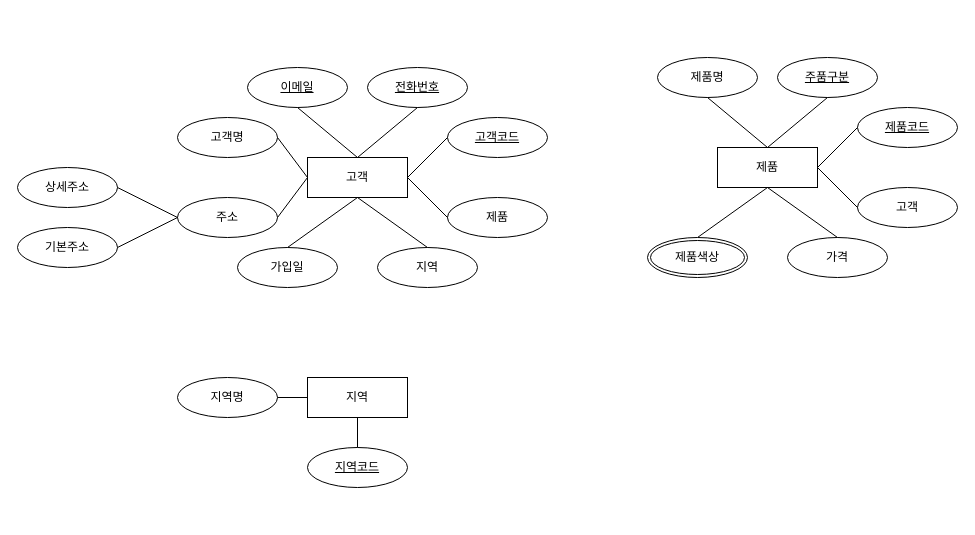
Before: product.drawio in Joowoogun/Bigdata, a draw.io diagram. Source tidied: cells renumbered, new cells numbered last; positions are measured from the earlier drawing's top-left corner, leaving out a move shared by most shapes. Both pictures are drawn from the tidied source at 100%, with x=0, y=0 at pixel (17, 57).
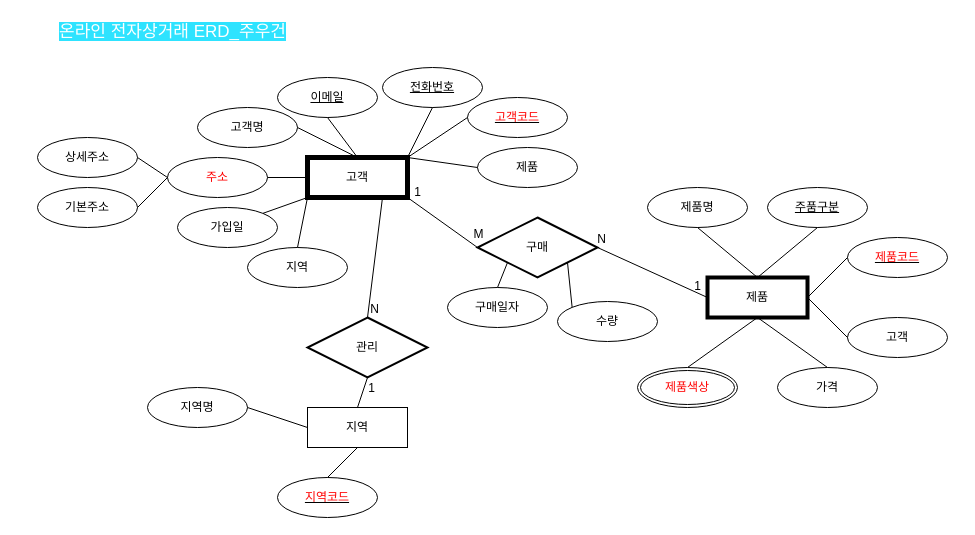
The same page after the edit.

Diff of the diagram source:
```diff
@@
-    <mxCell id="2" value="고객" style="whiteSpace=wrap;html=1;align=center;" parent="1" vertex="1">
+    <mxCell id="2" value="고객" style="whiteSpace=wrap;html=1;align=center;strokeWidth=5;" parent="1" vertex="1">
       <mxGeometry x="290" y="100" width="100" height="40" as="geometry" />
     </mxCell>
     <mxCell id="3" value="&lt;u&gt;이메일&lt;/u&gt;" style="ellipse;whiteSpace=wrap;html=1;align=center;" parent="1" vertex="1">
-      <mxGeometry x="230" y="10" width="100" height="40" as="geometry" />
+      <mxGeometry x="260" y="20" width="100" height="40" as="geometry" />
     </mxCell>
-    <mxCell id="4" value="&lt;u&gt;고객코드&lt;/u&gt;" style="ellipse;whiteSpace=wrap;html=1;align=center;" parent="1" vertex="1">
-      <mxGeometry x="430" y="60" width="100" height="40" as="geometry" />
+    <mxCell id="4" value="&lt;u&gt;&lt;font color=&quot;#ff0000&quot;&gt;고객코드&lt;/font&gt;&lt;/u&gt;" style="ellipse;whiteSpace=wrap;html=1;align=center;" parent="1" vertex="1">
+      <mxGeometry x="450" y="40" width="100" height="40" as="geometry" />
     </mxCell>
     <mxCell id="5" value="고객명" style="ellipse;whiteSpace=wrap;html=1;align=center;" parent="1" vertex="1">
-      <mxGeometry x="160" y="60" width="100" height="40" as="geometry" />
+      <mxGeometry x="180" y="50" width="100" height="40" as="geometry" />
     </mxCell>
     <mxCell id="6" value="제품" style="ellipse;whiteSpace=wrap;html=1;align=center;" parent="1" vertex="1">
-      <mxGeometry x="430" y="140" width="100" height="40" as="geometry" />
+      <mxGeometry x="460" y="90" width="100" height="40" as="geometry" />
     </mxCell>
-    <mxCell id="7" value="주소" style="ellipse;whiteSpace=wrap;html=1;align=center;rotation=0;" parent="1" vertex="1">
-      <mxGeometry x="160" y="140" width="100" height="40" as="geometry" />
+    <mxCell id="7" value="&lt;font color=&quot;#ff0000&quot;&gt;주소&lt;/font&gt;" style="ellipse;whiteSpace=wrap;html=1;align=center;rotation=0;" parent="1" vertex="1">
+      <mxGeometry x="150" y="100" width="100" height="40" as="geometry" />
     </mxCell>
     <mxCell id="8" value="가입일" style="ellipse;whiteSpace=wrap;html=1;align=center;" parent="1" vertex="1">
-      <mxGeometry x="220" y="190" width="100" height="40" as="geometry" />
+      <mxGeometry x="160" y="150" width="100" height="40" as="geometry" />
     </mxCell>
     <mxCell id="9" value="&lt;u&gt;전화번호&lt;/u&gt;" style="ellipse;whiteSpace=wrap;html=1;align=center;" parent="1" vertex="1">
-      <mxGeometry x="350" y="10" width="100" height="40" as="geometry" />
+      <mxGeometry x="365" y="10" width="100" height="40" as="geometry" />
     </mxCell>
     <mxCell id="10" value="지역" style="ellipse;whiteSpace=wrap;html=1;align=center;" parent="1" vertex="1">
-      <mxGeometry x="360" y="190" width="100" height="40" as="geometry" />
+      <mxGeometry x="230" y="190" width="100" height="40" as="geometry" />
     </mxCell>
-    <mxCell id="11" style="endArrow=none;html=1;rounded=0;exitX=0;exitY=0.5;exitDx=0;exitDy=0;entryX=1;entryY=0.5;entryDx=0;entryDy=0;" parent="1" edge="1" source="4" target="2">
+    <mxCell id="11" style="endArrow=none;html=1;rounded=0;exitX=0;exitY=0.5;exitDx=0;exitDy=0;entryX=1;entryY=0;entryDx=0;entryDy=0;" parent="1" edge="1" source="4" target="2">
       <mxGeometry relative="1" as="geometry" />
     </mxCell>
-    <mxCell id="12" style="endArrow=none;html=1;rounded=0;exitX=1;exitY=0.5;exitDx=0;exitDy=0;entryX=0;entryY=0.5;entryDx=0;entryDy=0;" parent="1" edge="1" source="2" target="6">
+    <mxCell id="12" style="endArrow=none;html=1;rounded=0;exitX=1;exitY=0;exitDx=0;exitDy=0;entryX=0;entryY=0.5;entryDx=0;entryDy=0;" parent="1" edge="1" source="2" target="6">
       <mxGeometry relative="1" as="geometry" />
     </mxCell>
-    <mxCell id="13" style="endArrow=none;html=1;rounded=0;exitX=0.5;exitY=1;exitDx=0;exitDy=0;entryX=0.5;entryY=0;entryDx=0;entryDy=0;" parent="1" edge="1" source="2" target="10">
+    <mxCell id="13" style="endArrow=none;html=1;rounded=0;exitX=0;exitY=1;exitDx=0;exitDy=0;entryX=0.5;entryY=0;entryDx=0;entryDy=0;" parent="1" edge="1" source="2" target="10">
       <mxGeometry relative="1" as="geometry" />
     </mxCell>
-    <mxCell id="14" style="endArrow=none;html=1;rounded=0;entryX=0.5;entryY=1;entryDx=0;entryDy=0;exitX=0.5;exitY=0;exitDx=0;exitDy=0;" parent="1" edge="1" source="8" target="2">
+    <mxCell id="14" style="endArrow=none;html=1;rounded=0;entryX=0;entryY=1;entryDx=0;entryDy=0;exitX=1;exitY=0;exitDx=0;exitDy=0;" parent="1" edge="1" source="8" target="2">
       <mxGeometry relative="1" as="geometry" />
     </mxCell>
@@
-    <mxCell id="16" style="endArrow=none;html=1;rounded=0;exitX=1;exitY=0.5;exitDx=0;exitDy=0;entryX=0;entryY=0.5;entryDx=0;entryDy=0;" parent="1" edge="1" source="5" target="2">
+    <mxCell id="16" style="endArrow=none;html=1;rounded=0;exitX=1;exitY=0.5;exitDx=0;exitDy=0;entryX=0.5;entryY=0;entryDx=0;entryDy=0;" parent="1" edge="1" source="5" target="2">
       <mxGeometry relative="1" as="geometry" />
     </mxCell>
@@
-    <mxCell id="18" style="endArrow=none;html=1;rounded=0;entryX=0.5;entryY=1;entryDx=0;entryDy=0;exitX=0.5;exitY=0;exitDx=0;exitDy=0;" parent="1" edge="1" source="2" target="9">
+    <mxCell id="18" style="endArrow=none;html=1;rounded=0;entryX=0.5;entryY=1;entryDx=0;entryDy=0;exitX=1;exitY=0;exitDx=0;exitDy=0;" parent="1" edge="1" source="2" target="9">
       <mxGeometry relative="1" as="geometry" />
     </mxCell>
     <mxCell id="19" value="상세주소" style="ellipse;whiteSpace=wrap;html=1;align=center;" parent="1" vertex="1">
-      <mxGeometry y="110" width="100" height="40" as="geometry" />
+      <mxGeometry x="20" y="80" width="100" height="40" as="geometry" />
     </mxCell>
     <mxCell id="20" value="기본주소" style="ellipse;whiteSpace=wrap;html=1;align=center;" parent="1" vertex="1">
-      <mxGeometry y="170" width="100" height="40" as="geometry" />
+      <mxGeometry x="20" y="130" width="100" height="40" as="geometry" />
     </mxCell>
@@
     <mxCell id="23" value="지역" style="whiteSpace=wrap;html=1;align=center;" parent="1" vertex="1">
-      <mxGeometry x="290" y="320" width="100" height="40" as="geometry" />
+      <mxGeometry x="290" y="350" width="100" height="40" as="geometry" />
     </mxCell>
     <mxCell id="24" value="지역명" style="ellipse;whiteSpace=wrap;html=1;align=center;" parent="1" vertex="1">
-      <mxGeometry x="160" y="320" width="100" height="40" as="geometry" />
+      <mxGeometry x="130" y="330" width="100" height="40" as="geometry" />
     </mxCell>
-    <mxCell id="25" value="&lt;u&gt;지역코드&lt;/u&gt;" style="ellipse;whiteSpace=wrap;html=1;align=center;" parent="1" vertex="1">
-      <mxGeometry x="290" y="390" width="100" height="40" as="geometry" />
+    <mxCell id="25" value="&lt;u&gt;&lt;font color=&quot;#ff0000&quot;&gt;지역코드&lt;/font&gt;&lt;/u&gt;" style="ellipse;whiteSpace=wrap;html=1;align=center;" parent="1" vertex="1">
+      <mxGeometry x="260" y="420" width="100" height="40" as="geometry" />
     </mxCell>
@@
-    <mxCell id="27" style="endArrow=none;html=1;rounded=0;exitX=1;exitY=0.5;exitDx=0;exitDy=0;" parent="1" edge="1" source="24">
-      <mxGeometry relative="1" as="geometry">
-        <mxPoint x="290" y="340" as="targetPoint" />
-      </mxGeometry>
+    <mxCell id="27" style="endArrow=none;html=1;rounded=0;exitX=1;exitY=0.5;exitDx=0;exitDy=0;entryX=0;entryY=0.5;entryDx=0;entryDy=0;" parent="1" edge="1" source="24" target="23">
+      <mxGeometry relative="1" as="geometry" />
     </mxCell>
-    <mxCell id="28" value="제품" style="whiteSpace=wrap;html=1;align=center;" parent="1" vertex="1">
-      <mxGeometry x="700" y="90" width="100" height="40" as="geometry" />
+    <mxCell id="28" value="제품" style="whiteSpace=wrap;html=1;align=center;strokeWidth=4;" parent="1" vertex="1">
+      <mxGeometry x="690" y="220" width="100" height="40" as="geometry" />
     </mxCell>
     <mxCell id="29" value="제품명" style="ellipse;whiteSpace=wrap;html=1;align=center;" parent="1" vertex="1">
-      <mxGeometry x="640" width="100" height="40" as="geometry" />
+      <mxGeometry x="630" y="130" width="100" height="40" as="geometry" />
     </mxCell>
-    <mxCell id="30" value="&lt;u&gt;제품코드&lt;/u&gt;" style="ellipse;whiteSpace=wrap;html=1;align=center;" parent="1" vertex="1">
-      <mxGeometry x="840" y="50" width="100" height="40" as="geometry" />
+    <mxCell id="30" value="&lt;u&gt;&lt;font color=&quot;#ff0000&quot;&gt;제품코드&lt;/font&gt;&lt;/u&gt;" style="ellipse;whiteSpace=wrap;html=1;align=center;" parent="1" vertex="1">
+      <mxGeometry x="830" y="180" width="100" height="40" as="geometry" />
     </mxCell>
     <mxCell id="31" value="고객" style="ellipse;whiteSpace=wrap;html=1;align=center;" parent="1" vertex="1">
-      <mxGeometry x="840" y="130" width="100" height="40" as="geometry" />
+      <mxGeometry x="830" y="260" width="100" height="40" as="geometry" />
     </mxCell>
     <mxCell id="32" value="&lt;u&gt;주품구분&lt;/u&gt;" style="ellipse;whiteSpace=wrap;html=1;align=center;" parent="1" vertex="1">
-      <mxGeometry x="760" width="100" height="40" as="geometry" />
+      <mxGeometry x="750" y="130" width="100" height="40" as="geometry" />
     </mxCell>
     <mxCell id="33" value="가격" style="ellipse;whiteSpace=wrap;html=1;align=center;" parent="1" vertex="1">
-      <mxGeometry x="770" y="180" width="100" height="40" as="geometry" />
+      <mxGeometry x="760" y="310" width="100" height="40" as="geometry" />
     </mxCell>
@@
-    <mxCell id="40" value="제품색상" style="ellipse;shape=doubleEllipse;margin=3;whiteSpace=wrap;html=1;align=center;" parent="1" vertex="1">
-      <mxGeometry x="630" y="180" width="100" height="40" as="geometry" />
+    <mxCell id="40" value="&lt;font color=&quot;#ff0000&quot;&gt;제품색상&lt;/font&gt;" style="ellipse;shape=doubleEllipse;margin=3;whiteSpace=wrap;html=1;align=center;" parent="1" vertex="1">
+      <mxGeometry x="620" y="310" width="100" height="40" as="geometry" />
     </mxCell>
+    <mxCell id="41" value="구매" style="shape=rhombus;perimeter=rhombusPerimeter;whiteSpace=wrap;html=1;align=center;strokeWidth=2;" parent="1" vertex="1">
+      <mxGeometry x="460" y="160" width="120" height="60" as="geometry" />
+    </mxCell>
+    <mxCell id="42" style="endArrow=none;html=1;rounded=0;exitX=1;exitY=1;exitDx=0;exitDy=0;entryX=0;entryY=0.5;entryDx=0;entryDy=0;" parent="1" edge="1" source="2" target="41">
+      <mxGeometry relative="1" as="geometry" />
+    </mxCell>
+    <mxCell id="43" value="N" style="html=1;whiteSpace=wrap;align=right;verticalAlign=bottom;" parent="42" vertex="1">
+      <mxGeometry x="1" relative="1" as="geometry">
+        <mxPoint x="130" as="offset" />
+      </mxGeometry>
+    </mxCell>
+    <mxCell id="44" style="endArrow=none;html=1;rounded=0;entryX=0;entryY=0.5;entryDx=0;entryDy=0;exitX=1;exitY=0.5;exitDx=0;exitDy=0;" parent="1" edge="1" source="41" target="28">
+      <mxGeometry relative="1" as="geometry" />
+    </mxCell>
+    <mxCell id="45" value="M" style="text;html=1;align=center;verticalAlign=middle;strokeColor=none;fillColor=none;rotation=0;" parent="1" vertex="1">
+      <mxGeometry x="446" y="162" width="30" height="30" as="geometry" />
+    </mxCell>
+    <mxCell id="46" value="관리" style="shape=rhombus;perimeter=rhombusPerimeter;whiteSpace=wrap;html=1;align=center;strokeWidth=2;" parent="1" vertex="1">
+      <mxGeometry x="290" y="260" width="120" height="60" as="geometry" />
+    </mxCell>
+    <mxCell id="47" style="endArrow=none;html=1;rounded=0;exitX=0.75;exitY=1;exitDx=0;exitDy=0;entryX=0.5;entryY=0;entryDx=0;entryDy=0;" parent="1" edge="1" source="2" target="46">
+      <mxGeometry relative="1" as="geometry" />
+    </mxCell>
+    <mxCell id="48" value="N" style="html=1;whiteSpace=wrap;align=right;verticalAlign=bottom;" parent="47" vertex="1">
+      <mxGeometry x="1" relative="1" as="geometry">
+        <mxPoint x="13" as="offset" />
+      </mxGeometry>
+    </mxCell>
+    <mxCell id="49" style="endArrow=none;html=1;rounded=0;entryX=0.5;entryY=1;entryDx=0;entryDy=0;exitX=0.5;exitY=0;exitDx=0;exitDy=0;" parent="1" edge="1" source="23" target="46">
+      <mxGeometry relative="1" as="geometry" />
+    </mxCell>
+    <mxCell id="50" value="1" style="html=1;whiteSpace=wrap;align=right;verticalAlign=bottom;" parent="49" vertex="1">
+      <mxGeometry x="1" relative="1" as="geometry">
+        <mxPoint x="9" y="19" as="offset" />
+      </mxGeometry>
+    </mxCell>
+    <mxCell id="51" value="1" style="text;html=1;align=center;verticalAlign=middle;strokeColor=none;fillColor=none;" parent="1" vertex="1">
+      <mxGeometry x="665" y="214" width="30" height="30" as="geometry" />
+    </mxCell>
+    <mxCell id="52" value="1" style="text;html=1;align=center;verticalAlign=middle;strokeColor=none;fillColor=none;" parent="1" vertex="1">
+      <mxGeometry x="385" y="120" width="30" height="30" as="geometry" />
+    </mxCell>
+    <mxCell id="53" value="구매일자" style="ellipse;whiteSpace=wrap;html=1;align=center;" parent="1" vertex="1">
+      <mxGeometry x="430" y="230" width="100" height="40" as="geometry" />
+    </mxCell>
+    <mxCell id="54" value="수량" style="ellipse;whiteSpace=wrap;html=1;align=center;" parent="1" vertex="1">
+      <mxGeometry x="540" y="244" width="100" height="40" as="geometry" />
+    </mxCell>
+    <mxCell id="55" style="endArrow=none;html=1;rounded=0;entryX=0;entryY=1;entryDx=0;entryDy=0;exitX=0.5;exitY=0;exitDx=0;exitDy=0;" parent="1" edge="1" source="53" target="41">
+      <mxGeometry relative="1" as="geometry" />
+    </mxCell>
+    <mxCell id="56" style="endArrow=none;html=1;rounded=0;entryX=0;entryY=0;entryDx=0;entryDy=0;exitX=1;exitY=1;exitDx=0;exitDy=0;" parent="1" edge="1" source="41" target="54">
+      <mxGeometry relative="1" as="geometry" />
+    </mxCell>
+    <mxCell id="57" value="&lt;font style=&quot;font-size: 17px; background-color: rgb(46, 227, 255);&quot; color=&quot;#ffffff&quot;&gt;온라인 전자상거래 ERD_주우건&lt;/font&gt;" style="text;html=1;align=center;verticalAlign=middle;strokeColor=none;fillColor=none;strokeWidth=0;" parent="1" vertex="1">
+      <mxGeometry x="20" y="-40" width="270" height="30" as="geometry" />
+    </mxCell>
```
